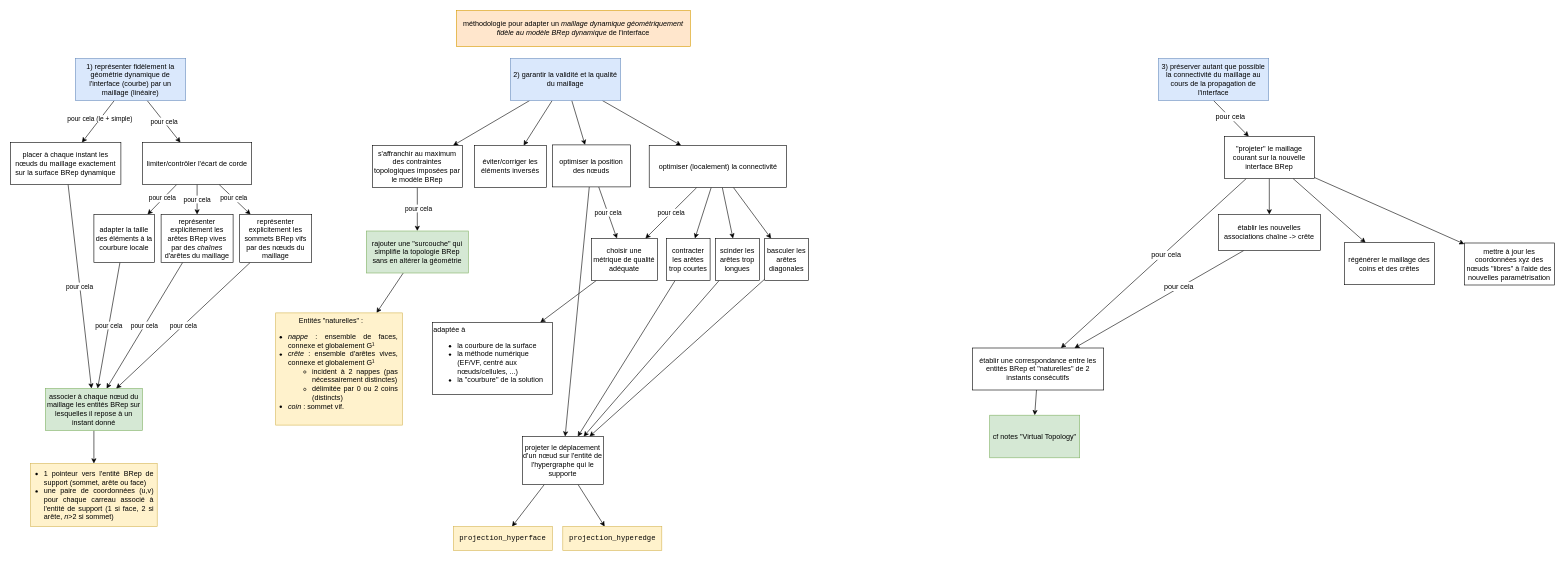
The draw.io diagram page "methodo_adaptation_maillage" (4 of 6) of mindmap.drawio in BastienAndrieu/These, before the edit. Source tidied: cells renumbered, new cells numbered last; positions are measured from the earlier drawing's top-left corner, leaving out a move shared by most shapes. Both pictures are drawn from the tidied source at 60%, with x=0, y=0 at pixel (10, 10).
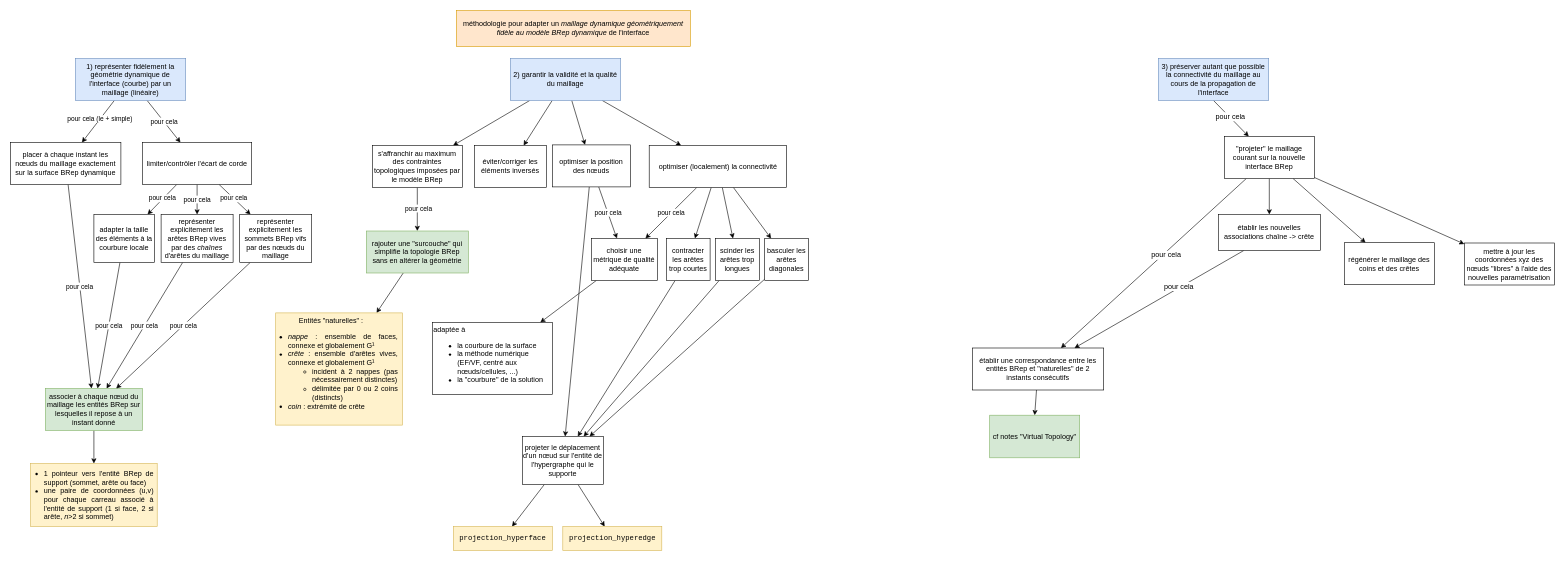
Above is the later version.

Commit message (it also covers changes not shown here):
ajout algos intersection dans mindmap (WIP), avance section Decomposition naturelle dans chapitre Adaptation de maillage

Change to the diagram source:
```diff
@@
-    <mxCell id="74" value="&lt;div&gt;&lt;div align=&quot;center&quot;&gt;Entités &quot;naturelles&quot; :&lt;br&gt;&lt;/div&gt;&lt;div align=&quot;justify&quot;&gt;&lt;ul&gt;&lt;li&gt;&lt;i&gt;nappe&lt;/i&gt; : ensemble de faces, connexe et globalement G¹&lt;br&gt;&lt;/li&gt;&lt;li&gt;&lt;i&gt;crête&lt;/i&gt; : ensemble d'arêtes vives, connexe et globalement G¹&lt;/li&gt;&lt;ul&gt;&lt;li&gt;incident à 2 nappes (pas nécessairement distinctes)&lt;/li&gt;&lt;li&gt;délimitée par 0 ou 2 coins (distincts)&lt;br&gt;&lt;/li&gt;&lt;/ul&gt;&lt;li&gt;&lt;i&gt;coin&lt;/i&gt; : sommet vif.&lt;br&gt;&lt;/li&gt;&lt;/ul&gt;&lt;/div&gt;&lt;/div&gt;" style="rounded=0;whiteSpace=wrap;html=1;fillColor=#fff2cc;strokeColor=#d6b656;align=center;spacingLeft=-20;spacingRight=6;verticalAlign=top;" parent="1" vertex="1">
+    <mxCell id="74" value="&lt;div&gt;&lt;div align=&quot;center&quot;&gt;Entités &quot;naturelles&quot; :&lt;br&gt;&lt;/div&gt;&lt;div align=&quot;justify&quot;&gt;&lt;ul&gt;&lt;li&gt;&lt;i&gt;nappe&lt;/i&gt; : ensemble de faces, connexe et globalement G¹&lt;br&gt;&lt;/li&gt;&lt;li&gt;&lt;i&gt;crête&lt;/i&gt; : ensemble d'arêtes vives, connexe et globalement G¹&lt;/li&gt;&lt;ul&gt;&lt;li&gt;incident à 2 nappes (pas nécessairement distinctes)&lt;/li&gt;&lt;li&gt;délimitée par 0 ou 2 coins (distincts)&lt;br&gt;&lt;/li&gt;&lt;/ul&gt;&lt;li&gt;&lt;i&gt;coin&lt;/i&gt; : extrémité de crête&lt;br&gt;&lt;/li&gt;&lt;/ul&gt;&lt;/div&gt;&lt;/div&gt;" style="rounded=0;whiteSpace=wrap;html=1;fillColor=#fff2cc;strokeColor=#d6b656;align=center;spacingLeft=-20;spacingRight=6;verticalAlign=top;" parent="1" vertex="1">
       <mxGeometry x="442" y="504" width="211" height="187" as="geometry" />
     </mxCell>
```
